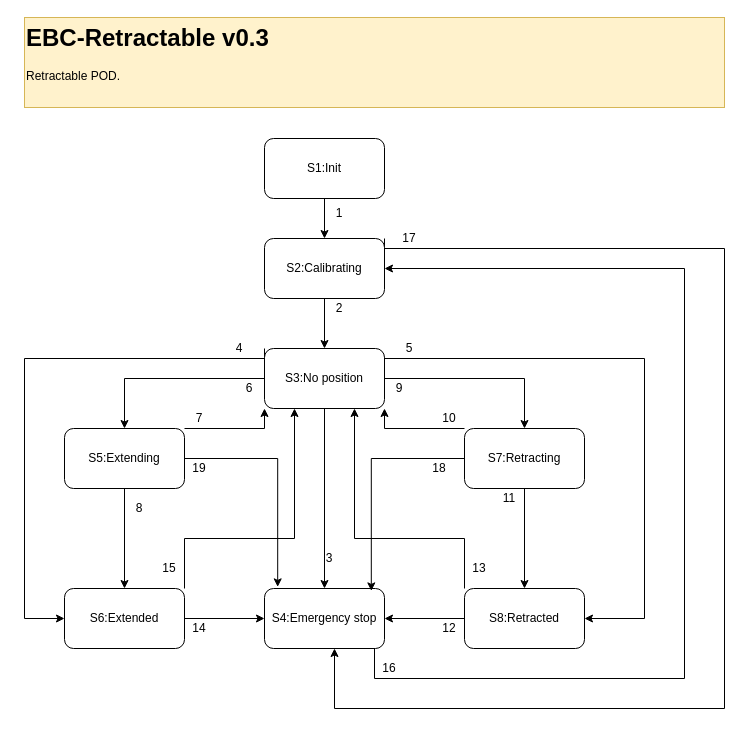
This is doc/states.drawio from laanovd/EBC-Retractable, a draw.io file, before an edit. Source tidied: cells renumbered, new cells numbered last; positions are measured from the earlier drawing's top-left corner, leaving out a move shared by most shapes. Both pictures are drawn from the tidied source at 100%, with x=0, y=0 at pixel (24, 17).
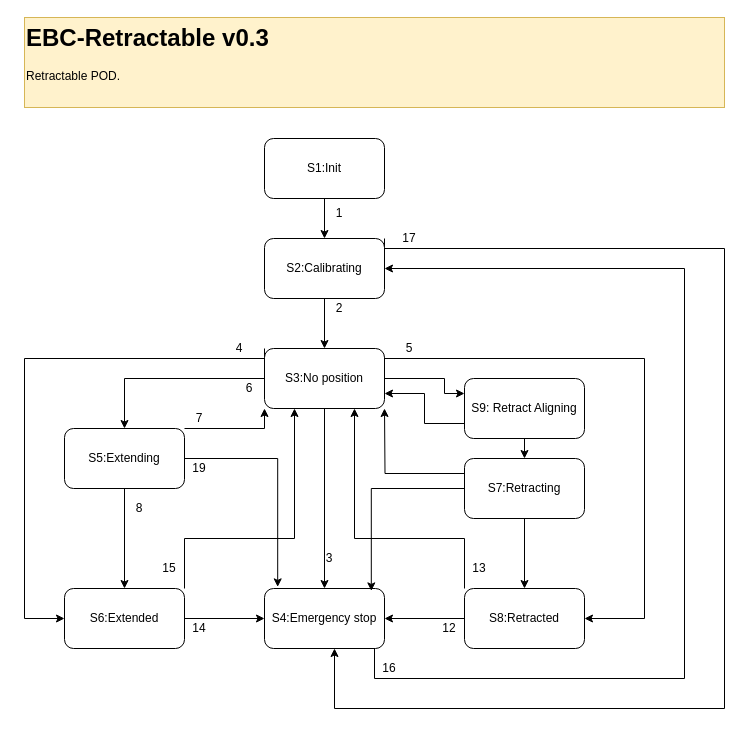
After the change.

Commit message (it also covers changes not shown here):
Added (azimuth) aligning state before retracting

The change refers to these unchanged cells:
```xml
<mxCell id="11" value="S3:No position" style="rounded=1;whiteSpace=wrap;html=1;" parent="1" vertex="1">
  <mxGeometry x="240" y="331" width="120" height="60" as="geometry" />
</mxCell>
```

Diff of the diagram source:
```diff
@@
-    <mxCell id="7" style="edgeStyle=orthogonalEdgeStyle;rounded=0;jettySize=auto;html=1;entryX=0.5;entryY=0;entryDx=0;entryDy=0;" parent="1" edge="1" source="11" target="25">
-      <mxGeometry relative="1" as="geometry" />
-    </mxCell>
@@
+    <mxCell id="49" style="edgeStyle=orthogonalEdgeStyle;html=1;exitX=1;exitY=0.5;exitDx=0;exitDy=0;entryX=0;entryY=0.25;entryDx=0;entryDy=0;rounded=0;" parent="1" edge="1" source="11" target="53">
+      <mxGeometry relative="1" as="geometry">
+        <Array as="points">
+          <mxPoint x="420" y="361" />
+          <mxPoint x="420" y="376" />
+        </Array>
+      </mxGeometry>
+    </mxCell>
@@
+    <mxCell id="50" style="edgeStyle=orthogonalEdgeStyle;rounded=0;jumpSize=6;html=1;exitX=0;exitY=0.25;exitDx=0;exitDy=0;" parent="1" edge="1" source="25">
+      <mxGeometry relative="1" as="geometry">
+        <mxPoint x="360" y="391" as="targetPoint" />
+      </mxGeometry>
+    </mxCell>
     <mxCell id="25" value="S7:Retracting" style="rounded=1;whiteSpace=wrap;html=1;" parent="1" vertex="1">
-      <mxGeometry x="440" y="411" width="120" height="60" as="geometry" />
+      <mxGeometry x="440" y="441" width="120" height="60" as="geometry" />
     </mxCell>
-    <mxCell id="26" style="edgeStyle=orthogonalEdgeStyle;rounded=0;jettySize=auto;html=1;exitX=0;exitY=0;exitDx=0;exitDy=0;" parent="1" edge="1" source="25" target="11">
-      <mxGeometry relative="1" as="geometry">
-        <Array as="points">
-          <mxPoint x="360" y="411" />
-        </Array>
-      </mxGeometry>
-    </mxCell>
@@
-    <mxCell id="31" value="9" style="text;html=1;align=center;verticalAlign=middle;whiteSpace=wrap;rounded=0;" parent="1" vertex="1">
-      <mxGeometry x="360" y="361" width="30" height="20" as="geometry" />
-    </mxCell>
-    <mxCell id="32" value="11" style="text;html=1;align=center;verticalAlign=middle;whiteSpace=wrap;rounded=0;" parent="1" vertex="1">
-      <mxGeometry x="470" y="471" width="30" height="20" as="geometry" />
-    </mxCell>
@@
-    <mxCell id="35" value="10" style="text;html=1;align=center;verticalAlign=middle;whiteSpace=wrap;rounded=0;" parent="1" vertex="1">
-      <mxGeometry x="410" y="391" width="30" height="20" as="geometry" />
-    </mxCell>
@@
-    <mxCell id="47" value="18" style="text;html=1;align=center;verticalAlign=middle;whiteSpace=wrap;rounded=0;" parent="1" vertex="1">
-      <mxGeometry x="400" y="441" width="30" height="20" as="geometry" />
-    </mxCell>
@@
+    <mxCell id="51" style="edgeStyle=none;html=1;" parent="1" edge="1" source="53" target="25">
+      <mxGeometry relative="1" as="geometry" />
+    </mxCell>
+    <mxCell id="52" style="edgeStyle=orthogonalEdgeStyle;html=1;exitX=0;exitY=0.75;exitDx=0;exitDy=0;entryX=1;entryY=0.75;entryDx=0;entryDy=0;jumpSize=6;rounded=0;" parent="1" edge="1" source="53" target="11">
+      <mxGeometry relative="1" as="geometry" />
+    </mxCell>
+    <mxCell id="53" value="S9: Retract Aligning" style="rounded=1;whiteSpace=wrap;html=1;" parent="1" vertex="1">
+      <mxGeometry x="440" y="361" width="120" height="60" as="geometry" />
+    </mxCell>
```
